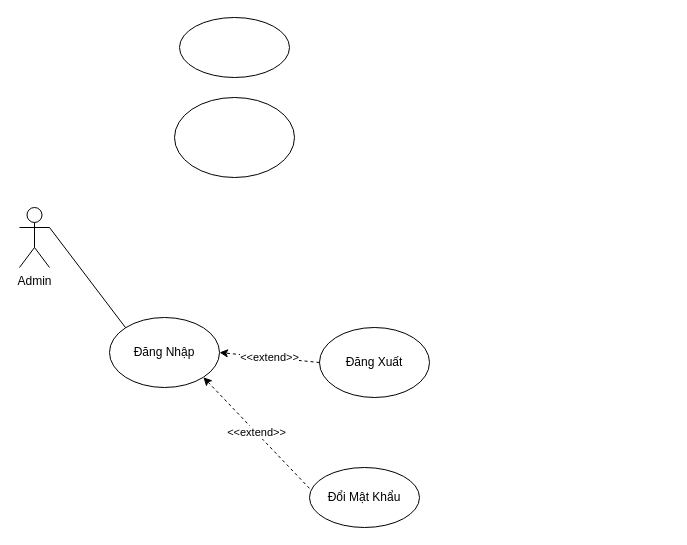
The draw.io diagram UseCase2.drawio in maivantai2003/Database, before the edit. Source tidied: cells renumbered, new cells numbered last; positions are measured from the earlier drawing's top-left corner, leaving out a move shared by most shapes. Both pictures are drawn from the tidied source at 100%, with x=0, y=0 at pixel (19, 17).
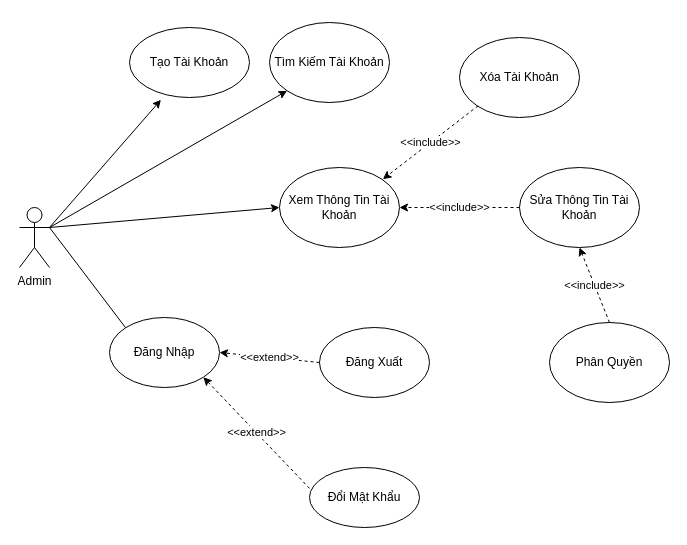
Above is the later version.

Commit message (it also covers changes not shown here):
Cập nhật UseCase2.drawio

The change refers to these unchanged cells:
```xml
<mxCell id="2" value="Admin" style="shape=umlActor;verticalLabelPosition=bottom;verticalAlign=top;html=1;outlineConnect=0;" parent="1" vertex="1">
  <mxGeometry y="190" width="30" height="60" as="geometry" />
</mxCell>
```

Change to the diagram source:
```diff
@@
-    <mxCell id="7" style="ellipse;whiteSpace=wrap;html=1;" parent="1" vertex="1">
-      <mxGeometry x="160" width="110" height="60" as="geometry" />
+    <mxCell id="7" value="Tạo Tài Khoản" style="ellipse;whiteSpace=wrap;html=1;" parent="1" vertex="1">
+      <mxGeometry x="110" y="10" width="120" height="70" as="geometry" />
     </mxCell>
-    <mxCell id="8" style="ellipse;whiteSpace=wrap;html=1;" parent="1" vertex="1">
-      <mxGeometry x="155" y="80" width="120" height="80" as="geometry" />
+    <mxCell id="8" value="Tìm Kiếm Tài Khoản" style="ellipse;whiteSpace=wrap;html=1;" parent="1" vertex="1">
+      <mxGeometry x="250" y="5" width="120" height="80" as="geometry" />
     </mxCell>
@@
+    <mxCell id="11" style="endArrow=classic;html=1;rounded=0;exitX=1;exitY=0.3333333333333333;exitDx=0;exitDy=0;exitPerimeter=0;entryX=0.262;entryY=1.033;entryDx=0;entryDy=0;entryPerimeter=0;" parent="1" edge="1" source="2" target="7">
+      <mxGeometry relative="1" as="geometry" />
+    </mxCell>
+    <mxCell id="12" value="Xem Thông Tin Tài Khoản" style="ellipse;whiteSpace=wrap;html=1;" parent="1" vertex="1">
+      <mxGeometry x="260" y="150" width="120" height="80" as="geometry" />
+    </mxCell>
+    <mxCell id="13" style="endArrow=classic;html=1;rounded=0;exitX=1;exitY=0.3333333333333333;exitDx=0;exitDy=0;exitPerimeter=0;entryX=0;entryY=0.5;entryDx=0;entryDy=0;" parent="1" edge="1" source="2" target="12">
+      <mxGeometry relative="1" as="geometry" />
+    </mxCell>
+    <mxCell id="14" value="Xóa Tài Khoản" style="ellipse;whiteSpace=wrap;html=1;" parent="1" vertex="1">
+      <mxGeometry x="440" y="20" width="120" height="80" as="geometry" />
+    </mxCell>
+    <mxCell id="15" value="&amp;lt;&amp;lt;include&amp;gt;&amp;gt;" style="endArrow=classic;html=1;rounded=0;exitX=0;exitY=1;exitDx=0;exitDy=0;entryX=1;entryY=0;entryDx=0;entryDy=0;dashed=1;" parent="1" edge="1">
+      <mxGeometry relative="1" as="geometry">
+        <mxPoint x="458.6" y="88.3" as="sourcePoint" />
+        <mxPoint x="363.4" y="161.7" as="targetPoint" />
+      </mxGeometry>
+    </mxCell>
+    <mxCell id="16" value="Sửa Thông Tin Tài Khoản" style="ellipse;whiteSpace=wrap;html=1;" parent="1" vertex="1">
+      <mxGeometry x="500" y="150" width="120" height="80" as="geometry" />
+    </mxCell>
+    <mxCell id="17" value="&amp;lt;&amp;lt;include&amp;gt;&amp;gt;" style="endArrow=classic;html=1;rounded=0;exitX=0;exitY=0.5;exitDx=0;exitDy=0;entryX=1;entryY=0.5;entryDx=0;entryDy=0;dashed=1;" parent="1" edge="1" source="16" target="12">
+      <mxGeometry relative="1" as="geometry" />
+    </mxCell>
+    <mxCell id="18" value="Phân Quyền" style="ellipse;whiteSpace=wrap;html=1;" parent="1" vertex="1">
+      <mxGeometry x="530" y="305" width="120" height="80" as="geometry" />
+    </mxCell>
+    <mxCell id="19" value="&amp;lt;&amp;lt;include&amp;gt;&amp;gt;" style="endArrow=classic;html=1;rounded=0;entryX=0.5;entryY=1;entryDx=0;entryDy=0;exitX=0.5;exitY=0;exitDx=0;exitDy=0;dashed=1;" parent="1" edge="1" source="18" target="16">
+      <mxGeometry relative="1" as="geometry" />
+    </mxCell>
+    <mxCell id="20" style="endArrow=classic;html=1;rounded=0;entryX=0;entryY=1;entryDx=0;entryDy=0;" parent="1" edge="1" target="8">
+      <mxGeometry relative="1" as="geometry">
+        <mxPoint x="30" y="210" as="sourcePoint" />
+      </mxGeometry>
+    </mxCell>
```
